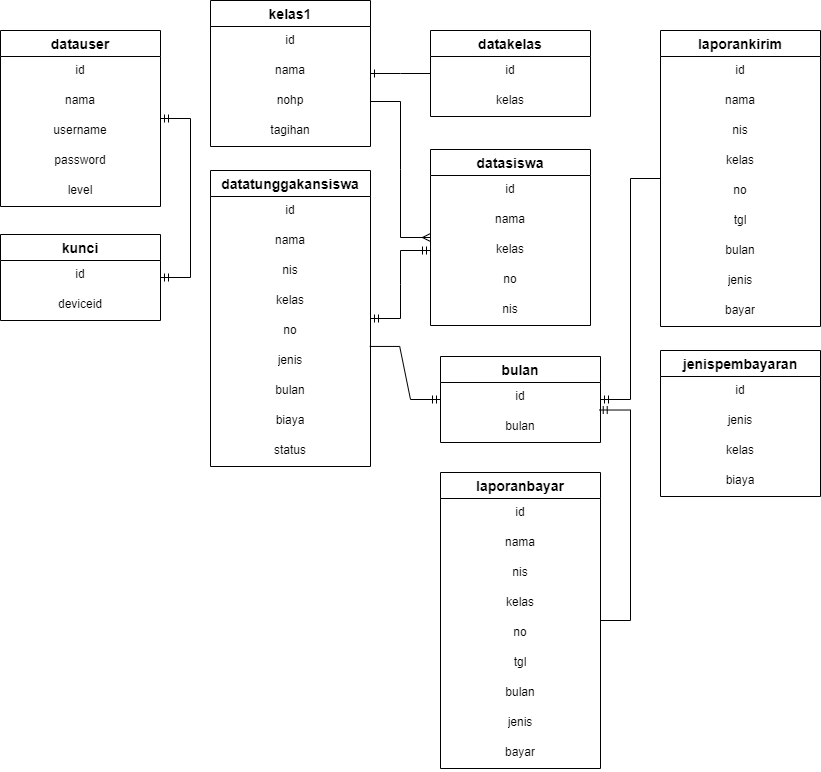
The draw.io diagram ERD.drawio.png in Dityaren/Diagram, before a commit. Source tidied: cells renumbered, new cells last; positions are measured from the earlier drawing's top-left corner, leaving out a move shared by most shapes. The source it was exported from:
```xml
<mxGraphModel>
  <root>
    <mxCell id="0" />
    <mxCell id="1" parent="0" />
    <mxCell id="2" value="datauser" style="swimlane;fontStyle=1;horizontal=1;startSize=26;align=center;fontSize=14;" parent="1" vertex="1">
      <mxGeometry y="30" width="160" height="176" as="geometry" />
    </mxCell>
    <mxCell id="3" value="id" style="text;strokeColor=none;fillColor=none;spacingLeft=4;spacingRight=4;overflow=hidden;fontSize=12;align=center;" parent="2" vertex="1">
      <mxGeometry y="26" width="160" height="30" as="geometry" />
    </mxCell>
    <mxCell id="4" value="nama" style="text;strokeColor=none;fillColor=none;spacingLeft=4;spacingRight=4;overflow=hidden;fontSize=12;align=center;" parent="2" vertex="1">
      <mxGeometry y="56" width="160" height="30" as="geometry" />
    </mxCell>
    <mxCell id="5" value="username" style="text;strokeColor=none;fillColor=none;spacingLeft=4;spacingRight=4;overflow=hidden;fontSize=12;align=center;" parent="2" vertex="1">
      <mxGeometry y="86" width="160" height="30" as="geometry" />
    </mxCell>
    <mxCell id="6" value="password" style="text;strokeColor=none;fillColor=none;spacingLeft=4;spacingRight=4;overflow=hidden;fontSize=12;align=center;" parent="2" vertex="1">
      <mxGeometry y="116" width="160" height="30" as="geometry" />
    </mxCell>
    <mxCell id="7" value="level" style="text;strokeColor=none;fillColor=none;spacingLeft=4;spacingRight=4;overflow=hidden;fontSize=12;align=center;" parent="2" vertex="1">
      <mxGeometry y="146" width="160" height="30" as="geometry" />
    </mxCell>
    <mxCell id="8" value="kunci" style="swimlane;fontStyle=1;horizontal=1;startSize=26;align=center;fontSize=14;" parent="1" vertex="1">
      <mxGeometry y="234" width="160" height="86" as="geometry" />
    </mxCell>
    <mxCell id="9" value="id" style="text;strokeColor=none;fillColor=none;spacingLeft=4;spacingRight=4;overflow=hidden;fontSize=12;align=center;" parent="8" vertex="1">
      <mxGeometry y="26" width="160" height="30" as="geometry" />
    </mxCell>
    <mxCell id="10" value="deviceid" style="text;strokeColor=none;fillColor=none;spacingLeft=4;spacingRight=4;overflow=hidden;fontSize=12;align=center;" parent="8" vertex="1">
      <mxGeometry y="56" width="160" height="30" as="geometry" />
    </mxCell>
    <mxCell id="11" value="datakelas" style="swimlane;fontStyle=1;horizontal=1;startSize=26;align=center;fontSize=14;" parent="1" vertex="1">
      <mxGeometry x="430" y="30" width="160" height="86" as="geometry" />
    </mxCell>
    <mxCell id="12" value="id" style="text;strokeColor=none;fillColor=none;spacingLeft=4;spacingRight=4;overflow=hidden;fontSize=12;align=center;" parent="11" vertex="1">
      <mxGeometry y="26" width="160" height="30" as="geometry" />
    </mxCell>
    <mxCell id="13" value="kelas" style="text;strokeColor=none;fillColor=none;spacingLeft=4;spacingRight=4;overflow=hidden;fontSize=12;align=center;" parent="11" vertex="1">
      <mxGeometry y="56" width="160" height="30" as="geometry" />
    </mxCell>
    <mxCell id="14" value="bulan" style="swimlane;fontStyle=1;horizontal=1;startSize=26;align=center;fontSize=14;" parent="1" vertex="1">
      <mxGeometry x="440" y="356" width="160" height="86" as="geometry" />
    </mxCell>
    <mxCell id="15" value="id" style="text;strokeColor=none;fillColor=none;spacingLeft=4;spacingRight=4;overflow=hidden;fontSize=12;align=center;" parent="14" vertex="1">
      <mxGeometry y="26" width="160" height="30" as="geometry" />
    </mxCell>
    <mxCell id="16" value="bulan" style="text;strokeColor=none;fillColor=none;spacingLeft=4;spacingRight=4;overflow=hidden;points=[[0,0.5],[1,0.5]];portConstraint=eastwest;fontSize=12;align=center;" parent="14" vertex="1">
      <mxGeometry y="56" width="160" height="30" as="geometry" />
    </mxCell>
    <mxCell id="17" value="datasiswa" style="swimlane;fontStyle=1;horizontal=1;startSize=26;align=center;fontSize=14;" parent="1" vertex="1">
      <mxGeometry x="430" y="149" width="160" height="176" as="geometry" />
    </mxCell>
    <mxCell id="18" value="id" style="text;strokeColor=none;fillColor=none;spacingLeft=4;spacingRight=4;overflow=hidden;fontSize=12;align=center;" parent="17" vertex="1">
      <mxGeometry y="26" width="160" height="30" as="geometry" />
    </mxCell>
    <mxCell id="19" value="nama" style="text;strokeColor=none;fillColor=none;spacingLeft=4;spacingRight=4;overflow=hidden;fontSize=12;align=center;" parent="17" vertex="1">
      <mxGeometry y="56" width="160" height="30" as="geometry" />
    </mxCell>
    <mxCell id="20" value="kelas" style="text;strokeColor=none;fillColor=none;spacingLeft=4;spacingRight=4;overflow=hidden;points=[[0,0.5],[1,0.5]];portConstraint=eastwest;fontSize=12;align=center;" parent="17" vertex="1">
      <mxGeometry y="86" width="160" height="30" as="geometry" />
    </mxCell>
    <mxCell id="21" value="no" style="text;strokeColor=none;fillColor=none;spacingLeft=4;spacingRight=4;overflow=hidden;fontSize=12;align=center;html=1;" parent="17" vertex="1">
      <mxGeometry y="116" width="160" height="30" as="geometry" />
    </mxCell>
    <mxCell id="22" value="nis" style="text;strokeColor=none;fillColor=none;spacingLeft=4;spacingRight=4;overflow=hidden;fontSize=12;align=center;html=1;" parent="17" vertex="1">
      <mxGeometry y="146" width="160" height="30" as="geometry" />
    </mxCell>
    <mxCell id="23" value="laporankirim" style="swimlane;fontStyle=1;horizontal=1;startSize=26;align=center;fontSize=14;" parent="1" vertex="1">
      <mxGeometry x="660" y="30" width="160" height="296" as="geometry" />
    </mxCell>
    <mxCell id="24" value="id" style="text;strokeColor=none;fillColor=none;spacingLeft=4;spacingRight=4;overflow=hidden;fontSize=12;align=center;" parent="23" vertex="1">
      <mxGeometry y="26" width="160" height="30" as="geometry" />
    </mxCell>
    <mxCell id="25" value="nama" style="text;strokeColor=none;fillColor=none;spacingLeft=4;spacingRight=4;overflow=hidden;fontSize=12;align=center;" parent="23" vertex="1">
      <mxGeometry y="56" width="160" height="30" as="geometry" />
    </mxCell>
    <mxCell id="26" value="nis" style="text;strokeColor=none;fillColor=none;spacingLeft=4;spacingRight=4;overflow=hidden;fontSize=12;align=center;" parent="23" vertex="1">
      <mxGeometry y="86" width="160" height="30" as="geometry" />
    </mxCell>
    <mxCell id="27" value="kelas" style="text;strokeColor=none;fillColor=none;spacingLeft=4;spacingRight=4;overflow=hidden;fontSize=12;align=center;html=1;" parent="23" vertex="1">
      <mxGeometry y="116" width="160" height="30" as="geometry" />
    </mxCell>
    <mxCell id="28" value="no" style="text;strokeColor=none;fillColor=none;spacingLeft=4;spacingRight=4;overflow=hidden;fontSize=12;align=center;html=1;" parent="23" vertex="1">
      <mxGeometry y="146" width="160" height="30" as="geometry" />
    </mxCell>
    <mxCell id="29" value="tgl" style="text;strokeColor=none;fillColor=none;spacingLeft=4;spacingRight=4;overflow=hidden;fontSize=12;align=center;html=1;" parent="23" vertex="1">
      <mxGeometry y="176" width="160" height="30" as="geometry" />
    </mxCell>
    <mxCell id="30" value="bulan" style="text;strokeColor=none;fillColor=none;spacingLeft=4;spacingRight=4;overflow=hidden;points=[[0,0.5],[1,0.5]];portConstraint=eastwest;fontSize=12;align=center;html=1;" parent="23" vertex="1">
      <mxGeometry y="206" width="160" height="30" as="geometry" />
    </mxCell>
    <mxCell id="31" value="jenis" style="text;strokeColor=none;fillColor=none;spacingLeft=4;spacingRight=4;overflow=hidden;fontSize=12;align=center;html=1;" parent="23" vertex="1">
      <mxGeometry y="236" width="160" height="30" as="geometry" />
    </mxCell>
    <mxCell id="32" value="bayar" style="text;strokeColor=none;fillColor=none;spacingLeft=4;spacingRight=4;overflow=hidden;fontSize=12;align=center;html=1;" parent="23" vertex="1">
      <mxGeometry y="266" width="160" height="30" as="geometry" />
    </mxCell>
    <mxCell id="33" value="kelas1" style="swimlane;fontStyle=1;horizontal=1;startSize=26;align=center;fontSize=14;" parent="1" vertex="1">
      <mxGeometry x="210" width="160" height="146" as="geometry" />
    </mxCell>
    <mxCell id="34" value="id" style="text;strokeColor=none;fillColor=none;spacingLeft=4;spacingRight=4;overflow=hidden;fontSize=12;align=center;" parent="33" vertex="1">
      <mxGeometry y="26" width="160" height="30" as="geometry" />
    </mxCell>
    <mxCell id="35" value="nama" style="text;strokeColor=none;fillColor=none;spacingLeft=4;spacingRight=4;overflow=hidden;fontSize=12;align=center;" parent="33" vertex="1">
      <mxGeometry y="56" width="160" height="30" as="geometry" />
    </mxCell>
    <mxCell id="36" value="nohp" style="text;strokeColor=none;fillColor=none;spacingLeft=4;spacingRight=4;overflow=hidden;points=[[0,0.5],[1,0.5]];portConstraint=eastwest;fontSize=12;align=center;" parent="33" vertex="1">
      <mxGeometry y="86" width="160" height="30" as="geometry" />
    </mxCell>
    <mxCell id="37" value="tagihan" style="text;strokeColor=none;fillColor=none;spacingLeft=4;spacingRight=4;overflow=hidden;fontSize=12;align=center;" parent="33" vertex="1">
      <mxGeometry y="116" width="160" height="30" as="geometry" />
    </mxCell>
    <mxCell id="38" value="datatunggakansiswa" style="swimlane;fontStyle=1;horizontal=1;startSize=26;align=center;fontSize=14;" parent="1" vertex="1">
      <mxGeometry x="210" y="170" width="160" height="296" as="geometry" />
    </mxCell>
    <mxCell id="39" value="id" style="text;strokeColor=none;fillColor=none;spacingLeft=4;spacingRight=4;overflow=hidden;fontSize=12;align=center;" parent="38" vertex="1">
      <mxGeometry y="26" width="160" height="30" as="geometry" />
    </mxCell>
    <mxCell id="40" value="nama" style="text;strokeColor=none;fillColor=none;spacingLeft=4;spacingRight=4;overflow=hidden;fontSize=12;align=center;" parent="38" vertex="1">
      <mxGeometry y="56" width="160" height="30" as="geometry" />
    </mxCell>
    <mxCell id="41" value="nis" style="text;strokeColor=none;fillColor=none;spacingLeft=4;spacingRight=4;overflow=hidden;fontSize=12;align=center;" parent="38" vertex="1">
      <mxGeometry y="86" width="160" height="30" as="geometry" />
    </mxCell>
    <mxCell id="42" value="kelas" style="text;strokeColor=none;fillColor=none;spacingLeft=4;spacingRight=4;overflow=hidden;fontSize=12;align=center;html=1;" parent="38" vertex="1">
      <mxGeometry y="116" width="160" height="30" as="geometry" />
    </mxCell>
    <mxCell id="43" value="no" style="text;strokeColor=none;fillColor=none;spacingLeft=4;spacingRight=4;overflow=hidden;fontSize=12;align=center;html=1;" parent="38" vertex="1">
      <mxGeometry y="146" width="160" height="30" as="geometry" />
    </mxCell>
    <mxCell id="44" value="jenis" style="text;strokeColor=none;fillColor=none;spacingLeft=4;spacingRight=4;overflow=hidden;points=[[0,0.5],[1,0.5]];portConstraint=eastwest;fontSize=12;align=center;html=1;" parent="38" vertex="1">
      <mxGeometry y="176" width="160" height="30" as="geometry" />
    </mxCell>
    <mxCell id="45" value="bulan" style="text;strokeColor=none;fillColor=none;spacingLeft=4;spacingRight=4;overflow=hidden;fontSize=12;align=center;html=1;" parent="38" vertex="1">
      <mxGeometry y="206" width="160" height="30" as="geometry" />
    </mxCell>
    <mxCell id="46" value="biaya" style="text;strokeColor=none;fillColor=none;spacingLeft=4;spacingRight=4;overflow=hidden;fontSize=12;align=center;html=1;" parent="38" vertex="1">
      <mxGeometry y="236" width="160" height="30" as="geometry" />
    </mxCell>
    <mxCell id="47" value="status" style="text;strokeColor=none;fillColor=none;spacingLeft=4;spacingRight=4;overflow=hidden;fontSize=12;align=center;html=1;" parent="38" vertex="1">
      <mxGeometry y="266" width="160" height="30" as="geometry" />
    </mxCell>
    <mxCell id="48" value="jenispembayaran" style="swimlane;fontStyle=1;horizontal=1;startSize=26;align=center;fontSize=14;" parent="1" vertex="1">
      <mxGeometry x="660" y="350" width="160" height="146" as="geometry" />
    </mxCell>
    <mxCell id="49" value="id" style="text;strokeColor=none;fillColor=none;spacingLeft=4;spacingRight=4;overflow=hidden;fontSize=12;align=center;" parent="48" vertex="1">
      <mxGeometry y="26" width="160" height="30" as="geometry" />
    </mxCell>
    <mxCell id="50" value="jenis" style="text;strokeColor=none;fillColor=none;spacingLeft=4;spacingRight=4;overflow=hidden;fontSize=12;align=center;" parent="48" vertex="1">
      <mxGeometry y="56" width="160" height="30" as="geometry" />
    </mxCell>
    <mxCell id="51" value="kelas" style="text;strokeColor=none;fillColor=none;spacingLeft=4;spacingRight=4;overflow=hidden;points=[[0,0.5],[1,0.5]];portConstraint=eastwest;fontSize=12;align=center;" parent="48" vertex="1">
      <mxGeometry y="86" width="160" height="30" as="geometry" />
    </mxCell>
    <mxCell id="52" value="biaya" style="text;strokeColor=none;fillColor=none;spacingLeft=4;spacingRight=4;overflow=hidden;fontSize=12;align=center;" parent="48" vertex="1">
      <mxGeometry y="116" width="160" height="30" as="geometry" />
    </mxCell>
    <mxCell id="53" value="laporanbayar" style="swimlane;fontStyle=1;horizontal=1;startSize=26;align=center;fontSize=14;" parent="1" vertex="1">
      <mxGeometry x="440" y="472" width="160" height="296" as="geometry" />
    </mxCell>
    <mxCell id="54" value="id" style="text;strokeColor=none;fillColor=none;spacingLeft=4;spacingRight=4;overflow=hidden;fontSize=12;align=center;" parent="53" vertex="1">
      <mxGeometry y="26" width="160" height="30" as="geometry" />
    </mxCell>
    <mxCell id="55" value="nama" style="text;strokeColor=none;fillColor=none;spacingLeft=4;spacingRight=4;overflow=hidden;fontSize=12;align=center;" parent="53" vertex="1">
      <mxGeometry y="56" width="160" height="30" as="geometry" />
    </mxCell>
    <mxCell id="56" value="nis" style="text;strokeColor=none;fillColor=none;spacingLeft=4;spacingRight=4;overflow=hidden;fontSize=12;align=center;" parent="53" vertex="1">
      <mxGeometry y="86" width="160" height="30" as="geometry" />
    </mxCell>
    <mxCell id="57" value="kelas" style="text;strokeColor=none;fillColor=none;spacingLeft=4;spacingRight=4;overflow=hidden;fontSize=12;align=center;html=1;" parent="53" vertex="1">
      <mxGeometry y="116" width="160" height="30" as="geometry" />
    </mxCell>
    <mxCell id="58" value="no" style="text;strokeColor=none;fillColor=none;spacingLeft=4;spacingRight=4;overflow=hidden;fontSize=12;align=center;html=1;" parent="53" vertex="1">
      <mxGeometry y="146" width="160" height="30" as="geometry" />
    </mxCell>
    <mxCell id="59" value="tgl" style="text;strokeColor=none;fillColor=none;spacingLeft=4;spacingRight=4;overflow=hidden;fontSize=12;align=center;html=1;" parent="53" vertex="1">
      <mxGeometry y="176" width="160" height="30" as="geometry" />
    </mxCell>
    <mxCell id="60" value="bulan" style="text;strokeColor=none;fillColor=none;spacingLeft=4;spacingRight=4;overflow=hidden;fontSize=12;align=center;html=1;" parent="53" vertex="1">
      <mxGeometry y="206" width="160" height="30" as="geometry" />
    </mxCell>
    <mxCell id="61" value="jenis" style="text;strokeColor=none;fillColor=none;spacingLeft=4;spacingRight=4;overflow=hidden;fontSize=12;align=center;html=1;" parent="53" vertex="1">
      <mxGeometry y="236" width="160" height="30" as="geometry" />
    </mxCell>
    <mxCell id="62" value="bayar" style="text;strokeColor=none;fillColor=none;spacingLeft=4;spacingRight=4;overflow=hidden;fontSize=12;align=center;html=1;" parent="53" vertex="1">
      <mxGeometry y="266" width="160" height="30" as="geometry" />
    </mxCell>
    <mxCell id="63" style="edgeStyle=entityRelationEdgeStyle;fontSize=12;html=1;endArrow=ERone;endFill=1;rounded=0;" parent="1" edge="1" source="11" target="33">
      <mxGeometry relative="1" as="geometry" />
    </mxCell>
    <mxCell id="64" style="edgeStyle=entityRelationEdgeStyle;fontSize=12;html=1;endArrow=ERmany;rounded=0;exitX=1;exitY=0.5;exitDx=0;exitDy=0;" parent="1" edge="1" source="36" target="17">
      <mxGeometry relative="1" as="geometry" />
    </mxCell>
    <mxCell id="65" style="edgeStyle=entityRelationEdgeStyle;fontSize=12;html=1;endArrow=ERmandOne;startArrow=ERmandOne;rounded=0;entryX=0;entryY=0.5;entryDx=0;entryDy=0;entryPerimeter=0;" parent="1" edge="1" source="38" target="20">
      <mxGeometry relative="1" as="geometry" />
    </mxCell>
    <mxCell id="66" style="edgeStyle=entityRelationEdgeStyle;fontSize=12;html=1;endArrow=ERmandOne;startArrow=ERmandOne;rounded=0;" parent="1" edge="1" source="8" target="2">
      <mxGeometry relative="1" as="geometry" />
    </mxCell>
    <mxCell id="67" style="edgeStyle=entityRelationEdgeStyle;fontSize=12;html=1;endArrow=ERmandOne;rounded=0;exitX=0.995;exitY=-0.002;exitDx=0;exitDy=0;exitPerimeter=0;" parent="1" edge="1" source="44" target="14">
      <mxGeometry relative="1" as="geometry" />
    </mxCell>
    <mxCell id="68" style="edgeStyle=entityRelationEdgeStyle;fontSize=12;html=1;endArrow=ERmandOne;rounded=0;" parent="1" edge="1" source="23" target="14">
      <mxGeometry relative="1" as="geometry" />
    </mxCell>
    <mxCell id="69" style="edgeStyle=entityRelationEdgeStyle;fontSize=12;html=1;endArrow=ERmandOne;rounded=0;entryX=0.992;entryY=-0.083;entryDx=0;entryDy=0;entryPerimeter=0;" parent="1" edge="1" source="53" target="16">
      <mxGeometry relative="1" as="geometry" />
    </mxCell>
  </root>
</mxGraphModel>
```
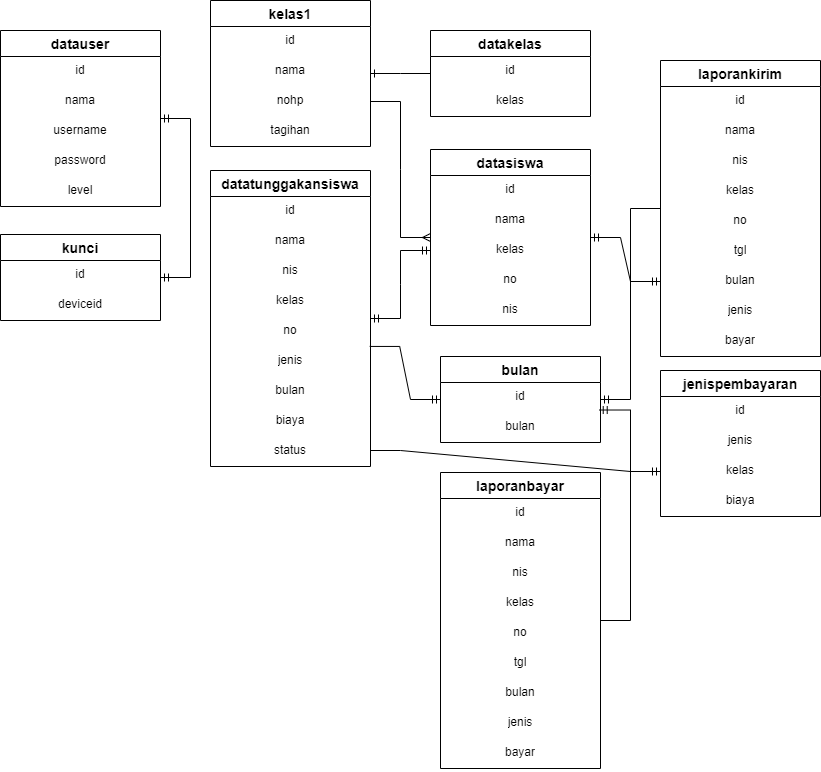
Later version of the same file.

Change to the diagram source:
```diff
@@ -66,7 +66,7 @@
       <mxGeometry y="146" width="160" height="30" as="geometry" />
     </mxCell>
     <mxCell id="23" value="laporankirim" style="swimlane;fontStyle=1;horizontal=1;startSize=26;align=center;fontSize=14;" parent="1" vertex="1">
-      <mxGeometry x="660" y="30" width="160" height="296" as="geometry" />
+      <mxGeometry x="660" y="60" width="160" height="296" as="geometry" />
     </mxCell>
     <mxCell id="24" value="id" style="text;strokeColor=none;fillColor=none;spacingLeft=4;spacingRight=4;overflow=hidden;fontSize=12;align=center;" parent="23" vertex="1">
       <mxGeometry y="26" width="160" height="30" as="geometry" />
@@ -141,7 +141,7 @@
       <mxGeometry y="266" width="160" height="30" as="geometry" />
     </mxCell>
     <mxCell id="48" value="jenispembayaran" style="swimlane;fontStyle=1;horizontal=1;startSize=26;align=center;fontSize=14;" parent="1" vertex="1">
-      <mxGeometry x="660" y="350" width="160" height="146" as="geometry" />
+      <mxGeometry x="660" y="370" width="160" height="146" as="geometry" />
     </mxCell>
     <mxCell id="49" value="id" style="text;strokeColor=none;fillColor=none;spacingLeft=4;spacingRight=4;overflow=hidden;fontSize=12;align=center;" parent="48" vertex="1">
       <mxGeometry y="26" width="160" height="30" as="geometry" />
@@ -206,5 +206,13 @@
     <mxCell id="69" style="edgeStyle=entityRelationEdgeStyle;fontSize=12;html=1;endArrow=ERmandOne;rounded=0;entryX=0.992;entryY=-0.083;entryDx=0;entryDy=0;entryPerimeter=0;" parent="1" edge="1" source="53" target="16">
       <mxGeometry relative="1" as="geometry" />
     </mxCell>
+    <mxCell id="70" style="edgeStyle=entityRelationEdgeStyle;fontSize=12;html=1;endArrow=ERmandOne;startArrow=ERmandOne;rounded=0;entryX=0;entryY=0.5;entryDx=0;entryDy=0;" parent="1" edge="1" source="17" target="30">
+      <mxGeometry relative="1" as="geometry" />
+    </mxCell>
+    <mxCell id="71" style="edgeStyle=entityRelationEdgeStyle;fontSize=12;html=1;endArrow=ERmandOne;rounded=0;entryX=0;entryY=0.5;entryDx=0;entryDy=0;" parent="1" edge="1" target="51">
+      <mxGeometry relative="1" as="geometry">
+        <mxPoint x="370" y="450" as="sourcePoint" />
+      </mxGeometry>
+    </mxCell>
   </root>
 </mxGraphModel>
```
